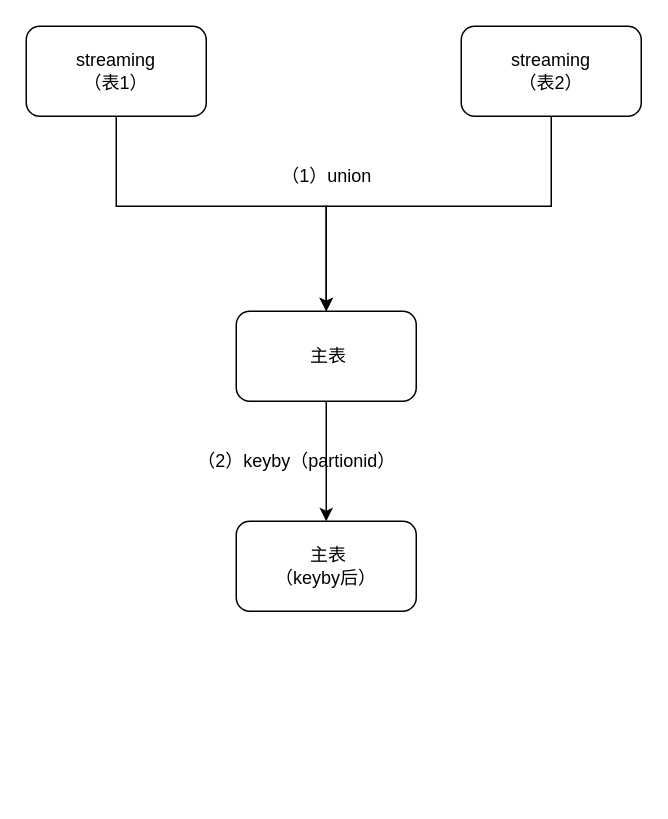
This is increment_simple.drawio from yindongjun/drawio-3, a draw.io file, before an edit. Source tidied: cells renumbered, new cells numbered last; positions are measured from the earlier drawing's top-left corner, leaving out a move shared by most shapes. Both pictures are drawn from the tidied source at 150%, with x=0, y=0 at pixel (26, 26).
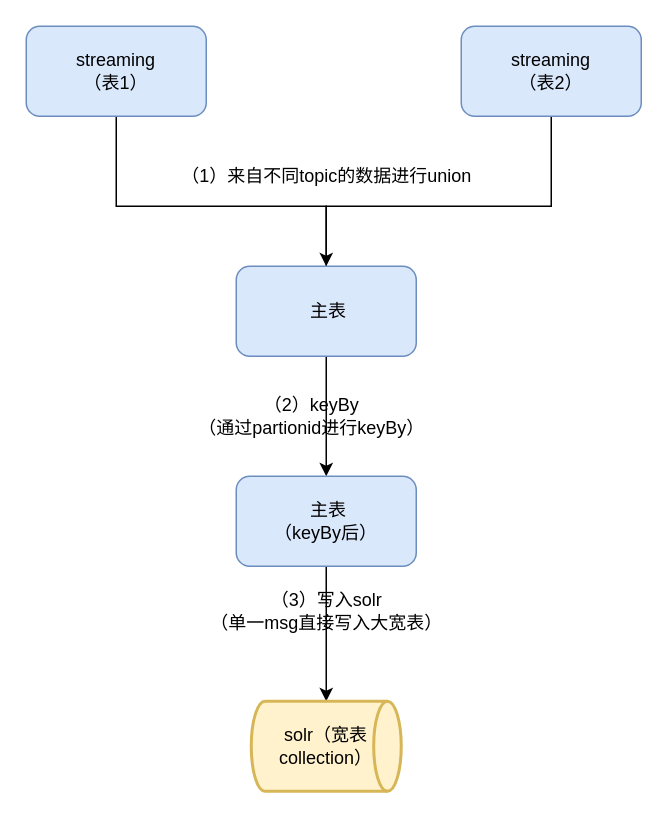
After the change.

What changed in the source:
```diff
@@
 <mxGraphModel>
   <root>
     <mxCell id="0" />
     <mxCell id="1" parent="0" />
     <mxCell id="2" style="edgeStyle=orthogonalEdgeStyle;rounded=0;jettySize=auto;html=1;" parent="1" edge="1" source="3" target="7">
       <mxGeometry relative="1" as="geometry">
         <Array as="points">
           <mxPoint x="60" y="120" />
           <mxPoint x="200" y="120" />
         </Array>
       </mxGeometry>
     </mxCell>
-    <mxCell id="3" value="streaming&lt;br&gt;（表1）" style="rounded=1;whiteSpace=wrap;html=1;" parent="1" vertex="1">
+    <mxCell id="3" value="streaming&lt;br&gt;（表1）" style="rounded=1;whiteSpace=wrap;html=1;fillColor=#dae8fc;strokeColor=#6c8ebf;" parent="1" vertex="1">
       <mxGeometry width="120" height="60" as="geometry" />
     </mxCell>
     <mxCell id="4" style="edgeStyle=orthogonalEdgeStyle;rounded=0;jettySize=auto;html=1;" parent="1" edge="1" source="5">
       <mxGeometry relative="1" as="geometry">
         <mxPoint x="200" y="190" as="targetPoint" />
         <Array as="points">
           <mxPoint x="350" y="120" />
           <mxPoint x="200" y="120" />
         </Array>
       </mxGeometry>
     </mxCell>
-    <mxCell id="5" value="streaming&lt;br&gt;（表2）" style="rounded=1;whiteSpace=wrap;html=1;" parent="1" vertex="1">
+    <mxCell id="5" value="streaming&lt;br&gt;（表2）" style="rounded=1;whiteSpace=wrap;html=1;fillColor=#dae8fc;strokeColor=#6c8ebf;" parent="1" vertex="1">
       <mxGeometry x="290" width="120" height="60" as="geometry" />
     </mxCell>
     <mxCell id="6" style="edgeStyle=orthogonalEdgeStyle;rounded=0;jettySize=auto;html=1;" parent="1" edge="1" source="7" target="8">
       <mxGeometry relative="1" as="geometry" />
     </mxCell>
-    <mxCell id="7" value="&amp;nbsp;主表" style="whiteSpace=wrap;html=1;rounded=1;" parent="1" vertex="1">
-      <mxGeometry x="140" y="190" width="120" height="60" as="geometry" />
+    <mxCell id="7" value="&amp;nbsp;主表" style="whiteSpace=wrap;html=1;rounded=1;fillColor=#dae8fc;strokeColor=#6c8ebf;" parent="1" vertex="1">
+      <mxGeometry x="140" y="160" width="120" height="60" as="geometry" />
     </mxCell>
+    <mxCell id="11" style="edgeStyle=orthogonalEdgeStyle;rounded=0;jettySize=auto;html=1;entryX=0.5;entryY=0;entryDx=0;entryDy=0;entryPerimeter=0;" parent="1" edge="1" source="8" target="12">
+      <mxGeometry relative="1" as="geometry" />
+    </mxCell>
-    <mxCell id="8" value="&lt;span&gt;&amp;nbsp;主表&lt;br&gt;（keyby后）&lt;br&gt;&lt;/span&gt;" style="whiteSpace=wrap;html=1;rounded=1;" parent="1" vertex="1">
-      <mxGeometry x="140" y="330" width="120" height="60" as="geometry" />
+    <mxCell id="8" value="&lt;span&gt;&amp;nbsp;主表&lt;br&gt;（keyBy后）&lt;br&gt;&lt;/span&gt;" style="whiteSpace=wrap;html=1;rounded=1;fillColor=#dae8fc;strokeColor=#6c8ebf;" parent="1" vertex="1">
+      <mxGeometry x="140" y="300" width="120" height="60" as="geometry" />
     </mxCell>
-    <mxCell id="9" value="（1）union" style="text;html=1;align=center;verticalAlign=middle;strokeColor=none;fillColor=none;" parent="1" vertex="1">
-      <mxGeometry x="160" y="90" width="80" height="20" as="geometry" />
+    <mxCell id="9" value="（1）来自不同topic的数据进行union" style="text;html=1;align=center;verticalAlign=middle;strokeColor=none;fillColor=none;" parent="1" vertex="1">
+      <mxGeometry x="95" y="90" width="210" height="20" as="geometry" />
     </mxCell>
-    <mxCell id="10" value="（2）keyby（partionid）" style="text;html=1;align=center;verticalAlign=middle;strokeColor=none;fillColor=none;" parent="1" vertex="1">
-      <mxGeometry x="105" y="280" width="150" height="20" as="geometry" />
+    <mxCell id="10" value="（2）keyBy&lt;br&gt;（通过partionid进行keyBy）" style="text;html=1;align=center;verticalAlign=middle;strokeColor=none;fillColor=none;" parent="1" vertex="1">
+      <mxGeometry x="105" y="245" width="170" height="30" as="geometry" />
     </mxCell>
+    <mxCell id="12" value="solr（宽表collection）" style="strokeWidth=2;html=1;shape=mxgraph.flowchart.direct_data;whiteSpace=wrap;fillColor=#fff2cc;strokeColor=#d6b656;" parent="1" vertex="1">
+      <mxGeometry x="150" y="450" width="100" height="60" as="geometry" />
+    </mxCell>
+    <mxCell id="13" value="（3）写入solr&lt;br&gt;（单一msg直接写入大宽表）" style="text;html=1;align=center;verticalAlign=middle;strokeColor=none;fillColor=none;" parent="1" vertex="1">
+      <mxGeometry x="115" y="375" width="170" height="30" as="geometry" />
+    </mxCell>
   </root>
 </mxGraphModel>
```
